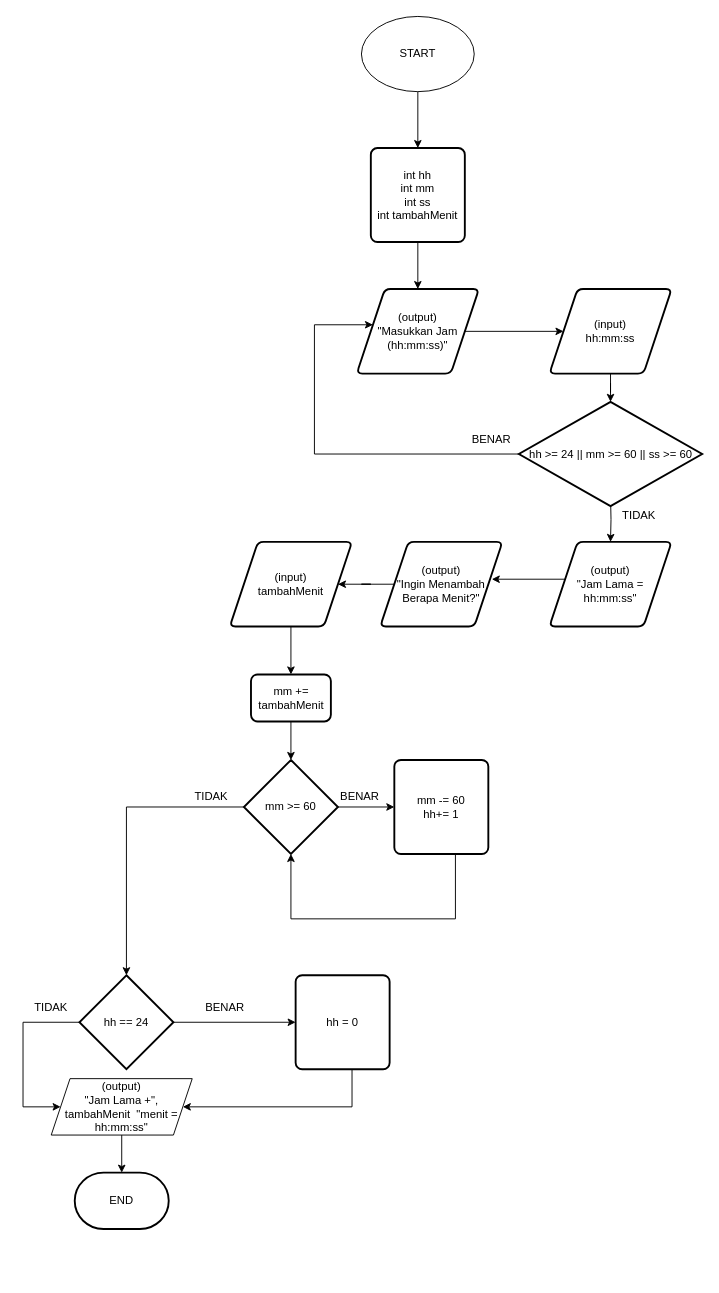
Above: LC Request/Request Pertama/Soal A/Nomor2.drawio in ammarsufyan/HIMTI-LC-D (draw.io), before the change. Source tidied: cells renumbered, new cells numbered last; positions are measured from the earlier drawing's top-left corner, leaving out a move shared by most shapes. Both pictures are drawn from the tidied source at 94%, with x=0, y=0 at pixel (23, 16).
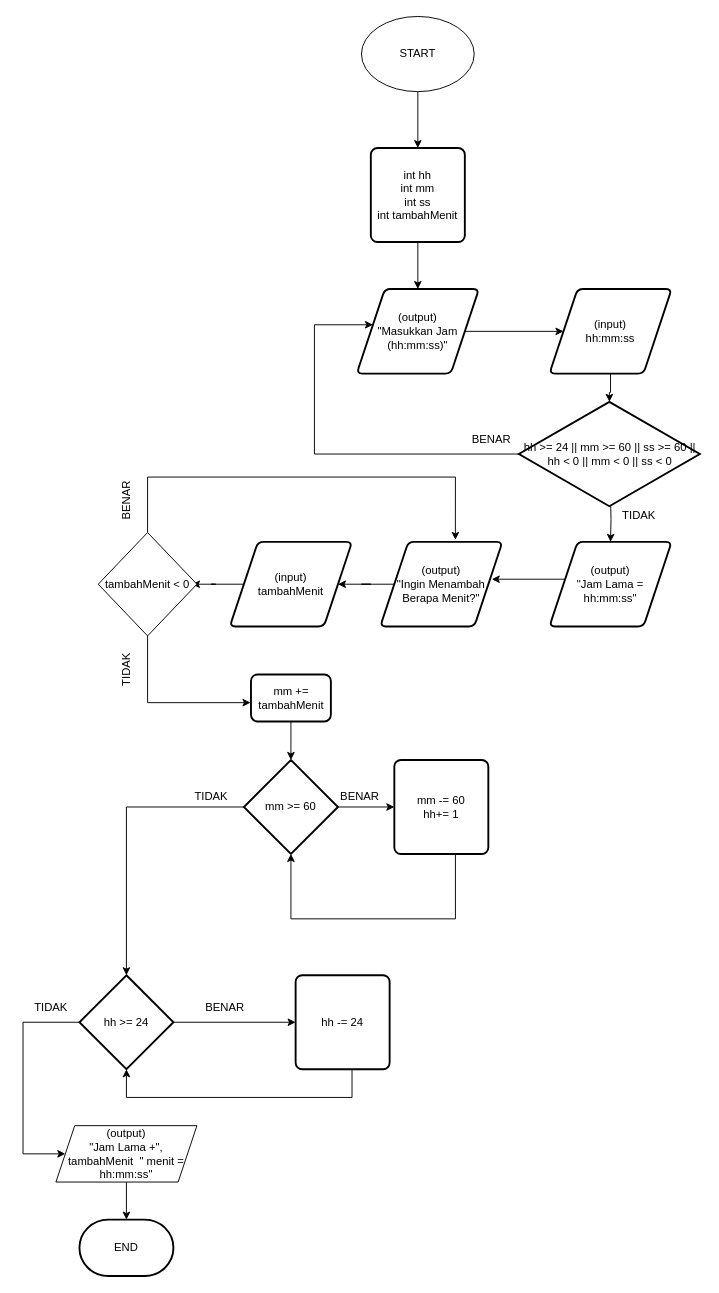
After the change.

Unchanged cells that the change refers to:
```xml
<mxCell id="7" value="(output)&lt;br&gt;&quot;Masukkan Jam (hh:mm:ss)&quot;" style="shape=parallelogram;html=1;strokeWidth=2;perimeter=parallelogramPerimeter;whiteSpace=wrap;rounded=1;arcSize=12;size=0.23;" parent="1" vertex="1">
  <mxGeometry x="355" y="290" width="130" height="90" as="geometry" />
</mxCell>
<mxCell id="9" value="(input)&lt;br&gt;hh:mm:ss" style="shape=parallelogram;html=1;strokeWidth=2;perimeter=parallelogramPerimeter;whiteSpace=wrap;rounded=1;arcSize=12;size=0.23;" parent="1" vertex="1">
  <mxGeometry x="560" y="290" width="130" height="90" as="geometry" />
</mxCell>
<mxCell id="11" value="mm += tambahMenit" style="rounded=1;whiteSpace=wrap;html=1;absoluteArcSize=1;arcSize=14;strokeWidth=2;" parent="1" vertex="1">
  <mxGeometry x="242.5" y="700" width="85" height="50" as="geometry" />
</mxCell>
<mxCell id="13" value="(output)&lt;br&gt;&quot;Jam Lama = hh:mm:ss&quot;" style="shape=parallelogram;html=1;strokeWidth=2;perimeter=parallelogramPerimeter;whiteSpace=wrap;rounded=1;arcSize=12;size=0.23;" parent="1" vertex="1">
  <mxGeometry x="560" y="559" width="130" height="90" as="geometry" />
</mxCell>
<mxCell id="16" value="mm &amp;gt;= 60" style="strokeWidth=2;html=1;shape=mxgraph.flowchart.decision;whiteSpace=wrap;" parent="1" vertex="1">
  <mxGeometry x="235" y="791" width="100" height="100" as="geometry" />
</mxCell>
<mxCell id="30" value="(output)&lt;br&gt;&quot;Ingin Menambah Berapa Menit?&quot;" style="shape=parallelogram;html=1;strokeWidth=2;perimeter=parallelogramPerimeter;whiteSpace=wrap;rounded=1;arcSize=12;size=0.23;" parent="1" vertex="1">
  <mxGeometry x="380" y="559" width="130" height="90" as="geometry" />
</mxCell>
<mxCell id="32" value="(input)&lt;br&gt;tambahMenit" style="shape=parallelogram;html=1;strokeWidth=2;perimeter=parallelogramPerimeter;whiteSpace=wrap;rounded=1;arcSize=12;size=0.23;" parent="1" vertex="1">
  <mxGeometry x="220" y="559" width="130" height="90" as="geometry" />
</mxCell>
```

Diff of the diagram source:
```diff
@@
-    <mxCell id="8" style="edgeStyle=orthogonalEdgeStyle;rounded=0;jettySize=auto;html=1;" parent="1" edge="1" source="9" target="35">
-      <mxGeometry relative="1" as="geometry" />
-    </mxCell>
+    <mxCell id="40" style="edgeStyle=orthogonalEdgeStyle;rounded=0;jettySize=auto;html=1;" parent="1" edge="1" source="9" target="52">
+      <mxGeometry relative="1" as="geometry" />
+    </mxCell>
@@
-    <mxCell id="15" style="edgeStyle=orthogonalEdgeStyle;rounded=0;jettySize=auto;html=1;" parent="1" edge="1" source="16" target="19">
-      <mxGeometry relative="1" as="geometry" />
-    </mxCell>
+    <mxCell id="41" style="edgeStyle=orthogonalEdgeStyle;rounded=0;jettySize=auto;html=1;" parent="1" edge="1" source="16" target="44">
+      <mxGeometry relative="1" as="geometry" />
+    </mxCell>
@@
-    <mxCell id="17" style="edgeStyle=orthogonalEdgeStyle;rounded=0;jettySize=auto;html=1;" parent="1" edge="1" source="19" target="21">
-      <mxGeometry relative="1" as="geometry" />
-    </mxCell>
-    <mxCell id="18" style="edgeStyle=orthogonalEdgeStyle;rounded=0;jettySize=auto;html=1;entryX=0;entryY=0.5;entryDx=0;entryDy=0;" parent="1" edge="1" source="19" target="25">
-      <mxGeometry relative="1" as="geometry">
-        <Array as="points">
-          <mxPoint y="1070" />
-          <mxPoint y="1160" />
-        </Array>
-      </mxGeometry>
-    </mxCell>
-    <mxCell id="19" value="hh == 24" style="strokeWidth=2;html=1;shape=mxgraph.flowchart.decision;whiteSpace=wrap;" parent="1" vertex="1">
-      <mxGeometry x="60" y="1020" width="100" height="100" as="geometry" />
-    </mxCell>
-    <mxCell id="20" style="edgeStyle=orthogonalEdgeStyle;rounded=0;jettySize=auto;html=1;entryX=1;entryY=0.5;entryDx=0;entryDy=0;" parent="1" edge="1" source="21" target="25">
-      <mxGeometry relative="1" as="geometry">
-        <Array as="points">
-          <mxPoint x="350" y="1160" />
-        </Array>
-      </mxGeometry>
-    </mxCell>
-    <mxCell id="21" value="hh = 0" style="rounded=1;whiteSpace=wrap;html=1;absoluteArcSize=1;arcSize=14;strokeWidth=2;" parent="1" vertex="1">
-      <mxGeometry x="290" y="1020" width="100" height="100" as="geometry" />
-    </mxCell>
+    <mxCell id="42" style="edgeStyle=orthogonalEdgeStyle;rounded=0;jettySize=auto;html=1;" parent="1" edge="1" source="44" target="46">
+      <mxGeometry relative="1" as="geometry" />
+    </mxCell>
+    <mxCell id="43" style="edgeStyle=orthogonalEdgeStyle;rounded=0;jettySize=auto;html=1;entryX=0;entryY=0.5;entryDx=0;entryDy=0;" parent="1" edge="1" source="44" target="48">
+      <mxGeometry relative="1" as="geometry">
+        <Array as="points">
+          <mxPoint y="1070" />
+          <mxPoint y="1210" />
+        </Array>
+      </mxGeometry>
+    </mxCell>
+    <mxCell id="44" value="hh &amp;gt;= 24" style="strokeWidth=2;html=1;shape=mxgraph.flowchart.decision;whiteSpace=wrap;" parent="1" vertex="1">
+      <mxGeometry x="60" y="1020" width="100" height="100" as="geometry" />
+    </mxCell>
+    <mxCell id="45" style="edgeStyle=orthogonalEdgeStyle;rounded=0;jettySize=auto;html=1;entryX=0.5;entryY=1;entryDx=0;entryDy=0;entryPerimeter=0;" parent="1" edge="1" source="46" target="44">
+      <mxGeometry relative="1" as="geometry">
+        <Array as="points">
+          <mxPoint x="350" y="1150" />
+          <mxPoint x="110" y="1150" />
+        </Array>
+      </mxGeometry>
+    </mxCell>
+    <mxCell id="46" value="hh -= 24" style="rounded=1;whiteSpace=wrap;html=1;absoluteArcSize=1;arcSize=14;strokeWidth=2;" parent="1" vertex="1">
+      <mxGeometry x="290" y="1020" width="100" height="100" as="geometry" />
+    </mxCell>
@@
-    <mxCell id="24" style="edgeStyle=orthogonalEdgeStyle;rounded=0;jettySize=auto;html=1;entryX=0.5;entryY=0;entryDx=0;entryDy=0;entryPerimeter=0;" parent="1" edge="1" source="25" target="28">
-      <mxGeometry relative="1" as="geometry" />
-    </mxCell>
-    <mxCell id="25" value="(output)&lt;br&gt;&quot;Jam Lama +&quot;, tambahMenit&amp;nbsp; &quot;menit = hh:mm:ss&quot;" style="shape=parallelogram;perimeter=parallelogramPerimeter;whiteSpace=wrap;html=1;fixedSize=1;" parent="1" vertex="1">
-      <mxGeometry x="30" y="1130" width="150" height="60" as="geometry" />
-    </mxCell>
+    <mxCell id="47" style="edgeStyle=orthogonalEdgeStyle;rounded=0;jettySize=auto;html=1;entryX=0.5;entryY=0;entryDx=0;entryDy=0;entryPerimeter=0;" parent="1" edge="1" source="48" target="28">
+      <mxGeometry relative="1" as="geometry" />
+    </mxCell>
+    <mxCell id="48" value="(output)&lt;br&gt;&quot;Jam Lama +&quot;, tambahMenit&amp;nbsp; &quot; menit = hh:mm:ss&quot;" style="shape=parallelogram;perimeter=parallelogramPerimeter;whiteSpace=wrap;html=1;fixedSize=1;" parent="1" vertex="1">
+      <mxGeometry x="35" y="1180" width="150" height="60" as="geometry" />
+    </mxCell>
@@
     <mxCell id="28" value="END" style="strokeWidth=2;html=1;shape=mxgraph.flowchart.terminator;whiteSpace=wrap;" parent="1" vertex="1">
-      <mxGeometry x="55" y="1230" width="100" height="60" as="geometry" />
+      <mxGeometry x="60" y="1280" width="100" height="60" as="geometry" />
     </mxCell>
@@
-    <mxCell id="31" style="edgeStyle=orthogonalEdgeStyle;rounded=0;jettySize=auto;html=1;" parent="1" edge="1" source="32" target="11">
-      <mxGeometry relative="1" as="geometry" />
-    </mxCell>
+    <mxCell id="49" style="edgeStyle=orthogonalEdgeStyle;rounded=0;jettySize=auto;html=1;entryX=0.95;entryY=0.5;entryDx=0;entryDy=0;entryPerimeter=0;" parent="1" edge="1" source="32" target="59">
+      <mxGeometry relative="1" as="geometry" />
+    </mxCell>
@@
-    <mxCell id="33" style="edgeStyle=orthogonalEdgeStyle;rounded=0;jettySize=auto;html=1;" parent="1" edge="1" source="35" target="7">
-      <mxGeometry relative="1" as="geometry">
-        <Array as="points">
-          <mxPoint x="310" y="466" />
-          <mxPoint x="310" y="328" />
-        </Array>
-      </mxGeometry>
-    </mxCell>
-    <mxCell id="34" style="edgeStyle=orthogonalEdgeStyle;rounded=0;jettySize=auto;html=1;" parent="1" edge="1" target="13">
-      <mxGeometry relative="1" as="geometry">
-        <mxPoint x="625" y="510" as="sourcePoint" />
-      </mxGeometry>
-    </mxCell>
-    <mxCell id="35" value="hh &amp;gt;= 24 || mm &amp;gt;= 60 || ss &amp;gt;= 60" style="strokeWidth=2;html=1;shape=mxgraph.flowchart.decision;whiteSpace=wrap;" parent="1" vertex="1">
-      <mxGeometry x="527.5" y="410" width="195" height="111" as="geometry" />
-    </mxCell>
-    <mxCell id="36" value="BENAR" style="text;html=1;align=center;verticalAlign=middle;strokeColor=none;fillColor=none;" parent="1" vertex="1">
-      <mxGeometry x="467.5" y="440" width="60" height="20" as="geometry" />
-    </mxCell>
-    <mxCell id="37" value="TIDAK" style="text;html=1;align=center;verticalAlign=middle;strokeColor=none;fillColor=none;" parent="1" vertex="1">
-      <mxGeometry x="630" y="521" width="50" height="20" as="geometry" />
-    </mxCell>
-    <mxCell id="38" value="BENAR" style="text;html=1;align=center;verticalAlign=middle;strokeColor=none;fillColor=none;" parent="1" vertex="1">
-      <mxGeometry x="327.5" y="820" width="60" height="20" as="geometry" />
-    </mxCell>
-    <mxCell id="39" value="TIDAK" style="text;html=1;align=center;verticalAlign=middle;strokeColor=none;fillColor=none;" parent="1" vertex="1">
-      <mxGeometry x="175" y="820" width="50" height="20" as="geometry" />
-    </mxCell>
+    <mxCell id="50" style="edgeStyle=orthogonalEdgeStyle;rounded=0;jettySize=auto;html=1;" parent="1" edge="1" source="52" target="7">
+      <mxGeometry relative="1" as="geometry">
+        <Array as="points">
+          <mxPoint x="310" y="466" />
+          <mxPoint x="310" y="328" />
+        </Array>
+      </mxGeometry>
+    </mxCell>
+    <mxCell id="51" style="edgeStyle=orthogonalEdgeStyle;rounded=0;jettySize=auto;html=1;" parent="1" edge="1" target="13">
+      <mxGeometry relative="1" as="geometry">
+        <mxPoint x="625" y="510" as="sourcePoint" />
+      </mxGeometry>
+    </mxCell>
+    <mxCell id="52" value="hh &amp;gt;= 24 || mm &amp;gt;= 60 || ss &amp;gt;= 60 || hh &amp;lt; 0 || mm &amp;lt; 0 || ss &amp;lt; 0" style="strokeWidth=2;html=1;shape=mxgraph.flowchart.decision;whiteSpace=wrap;" parent="1" vertex="1">
+      <mxGeometry x="527.5" y="410" width="192.5" height="111" as="geometry" />
+    </mxCell>
+    <mxCell id="53" value="BENAR" style="text;html=1;align=center;verticalAlign=middle;strokeColor=none;fillColor=none;" parent="1" vertex="1">
+      <mxGeometry x="467.5" y="440" width="60" height="20" as="geometry" />
+    </mxCell>
+    <mxCell id="54" value="TIDAK" style="text;html=1;align=center;verticalAlign=middle;strokeColor=none;fillColor=none;" parent="1" vertex="1">
+      <mxGeometry x="630" y="521" width="50" height="20" as="geometry" />
+    </mxCell>
+    <mxCell id="55" value="BENAR" style="text;html=1;align=center;verticalAlign=middle;strokeColor=none;fillColor=none;" parent="1" vertex="1">
+      <mxGeometry x="327.5" y="820" width="60" height="20" as="geometry" />
+    </mxCell>
+    <mxCell id="56" value="TIDAK" style="text;html=1;align=center;verticalAlign=middle;strokeColor=none;fillColor=none;" parent="1" vertex="1">
+      <mxGeometry x="175" y="820" width="50" height="20" as="geometry" />
+    </mxCell>
+    <mxCell id="57" style="edgeStyle=orthogonalEdgeStyle;rounded=0;jettySize=auto;html=1;entryX=0.615;entryY=-0.024;entryDx=0;entryDy=0;entryPerimeter=0;" parent="1" edge="1" source="59" target="30">
+      <mxGeometry relative="1" as="geometry">
+        <Array as="points">
+          <mxPoint x="133" y="490" />
+          <mxPoint x="460" y="490" />
+        </Array>
+      </mxGeometry>
+    </mxCell>
+    <mxCell id="58" style="edgeStyle=orthogonalEdgeStyle;rounded=0;jettySize=auto;html=1;" parent="1" edge="1" source="59">
+      <mxGeometry relative="1" as="geometry">
+        <mxPoint x="242" y="730" as="targetPoint" />
+        <Array as="points">
+          <mxPoint x="132" y="730" />
+          <mxPoint x="242" y="730" />
+        </Array>
+      </mxGeometry>
+    </mxCell>
+    <mxCell id="59" value="tambahMenit &amp;lt; 0" style="rhombus;whiteSpace=wrap;html=1;" parent="1" vertex="1">
+      <mxGeometry x="80" y="549" width="105" height="110" as="geometry" />
+    </mxCell>
+    <mxCell id="60" value="BENAR" style="text;html=1;strokeColor=none;fillColor=none;align=center;verticalAlign=middle;whiteSpace=wrap;rounded=0;rotation=-90;" parent="1" vertex="1">
+      <mxGeometry x="80" y="500" width="60" height="30" as="geometry" />
+    </mxCell>
+    <mxCell id="61" value="TIDAK" style="text;html=1;strokeColor=none;fillColor=none;align=center;verticalAlign=middle;whiteSpace=wrap;rounded=0;rotation=-90;" parent="1" vertex="1">
+      <mxGeometry x="80" y="680" width="60" height="30" as="geometry" />
+    </mxCell>
```
